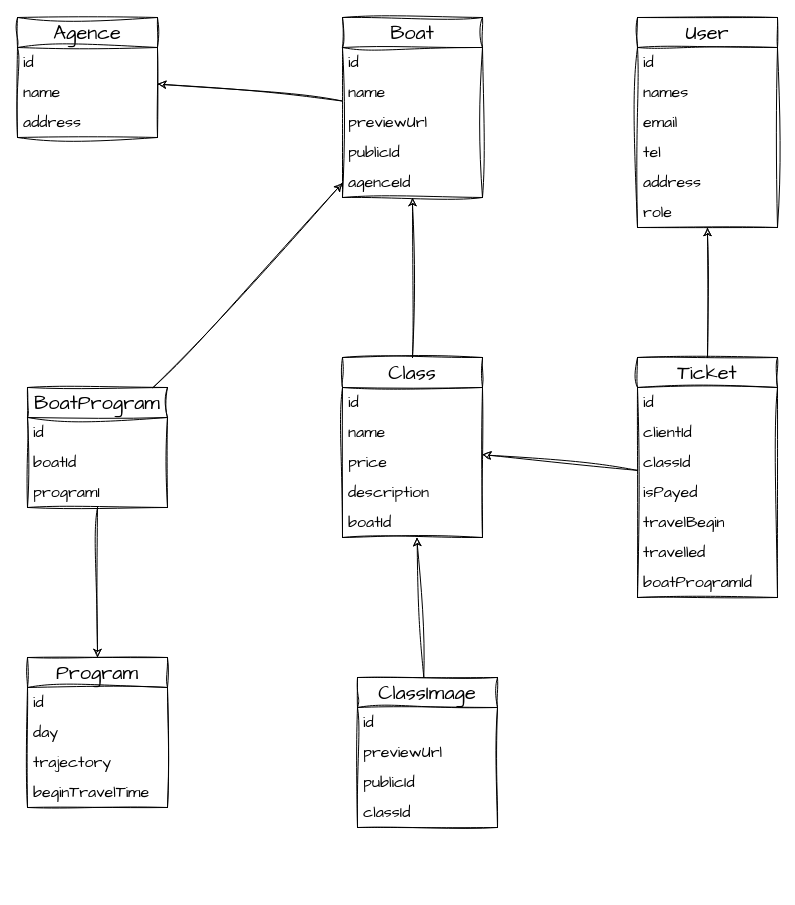
Earlier version of the draw.io diagram model.drawio (Cedric921/travel-boat-api). Source tidied: cells renumbered, new cells numbered last; positions are measured from the earlier drawing's top-left corner, leaving out a move shared by most shapes. Both pictures are drawn from the tidied source at 100%, with x=0, y=0 at pixel (17, 17).
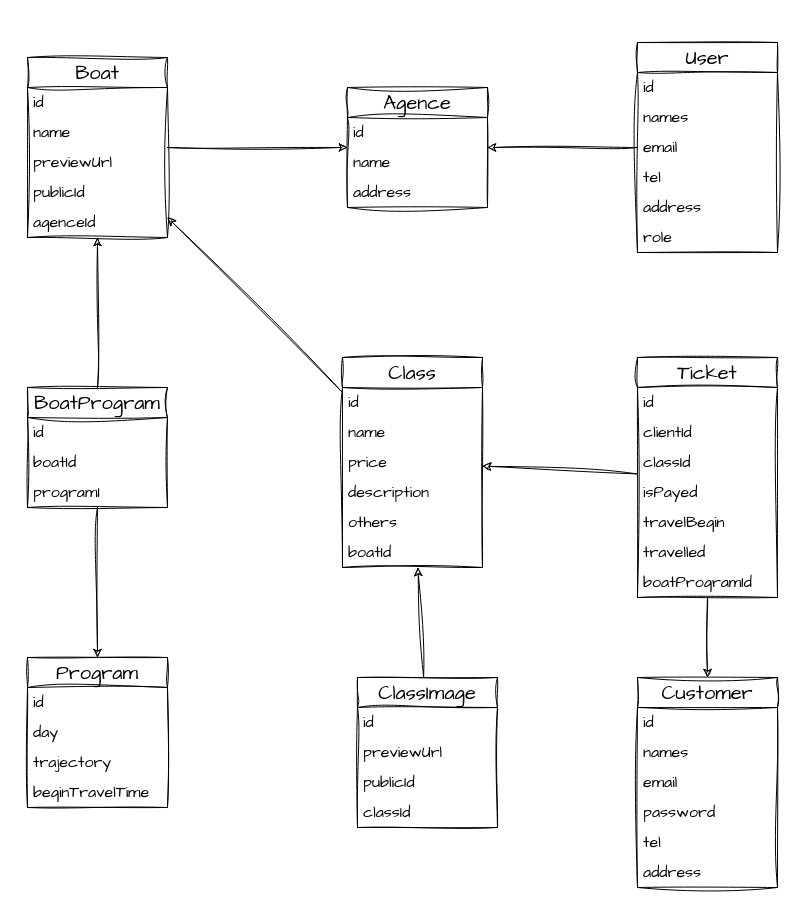
Above is the later version.

Unchanged cells that the change refers to:
```xml
<mxCell id="23" value="Ticket" style="swimlane;fontStyle=0;horizontal=1;startSize=30;whiteSpace=wrap;html=1;sketch=1;hachureGap=4;jiggle=2;curveFitting=1;fontFamily=Architects Daughter;fontSize=20;" parent="1" vertex="1">
  <mxGeometry x="620" y="340" width="140" height="240" as="geometry" />
</mxCell>
```

Change to the diagram source:
```diff
@@
     <mxCell id="2" value="Agence" style="swimlane;fontStyle=0;horizontal=1;startSize=30;whiteSpace=wrap;html=1;sketch=1;hachureGap=4;jiggle=2;curveFitting=1;fontFamily=Architects Daughter;fontSize=20;" parent="1" vertex="1">
-      <mxGeometry width="140" height="120" as="geometry" />
+      <mxGeometry x="330" y="70" width="140" height="120" as="geometry" />
     </mxCell>
@@
     <mxCell id="6" value="Boat" style="swimlane;fontStyle=0;horizontal=1;startSize=30;whiteSpace=wrap;html=1;sketch=1;hachureGap=4;jiggle=2;curveFitting=1;fontFamily=Architects Daughter;fontSize=20;" parent="1" vertex="1">
-      <mxGeometry x="325" width="140" height="180" as="geometry" />
+      <mxGeometry x="10" y="40" width="140" height="180" as="geometry" />
     </mxCell>
@@
     <mxCell id="12" value="Class" style="swimlane;fontStyle=0;horizontal=1;startSize=30;whiteSpace=wrap;html=1;sketch=1;hachureGap=4;jiggle=2;curveFitting=1;fontFamily=Architects Daughter;fontSize=20;" parent="1" vertex="1">
-      <mxGeometry x="325" y="340" width="140" height="180" as="geometry" />
+      <mxGeometry x="325" y="340" width="140" height="210" as="geometry" />
     </mxCell>
@@
+    <mxCell id="54" value="others" style="text;strokeColor=none;fillColor=none;align=left;verticalAlign=middle;spacingLeft=4;spacingRight=4;overflow=hidden;whiteSpace=wrap;html=1;fontSize=16;sketch=1;hachureGap=4;jiggle=2;curveFitting=1;fontFamily=Architects Daughter;" parent="12" vertex="1">
+      <mxGeometry y="150" width="140" height="30" as="geometry" />
+    </mxCell>
     <mxCell id="17" value="boatId" style="text;strokeColor=none;fillColor=none;align=left;verticalAlign=middle;spacingLeft=4;spacingRight=4;overflow=hidden;whiteSpace=wrap;html=1;fontSize=16;sketch=1;hachureGap=4;jiggle=2;curveFitting=1;fontFamily=Architects Daughter;" parent="12" vertex="1">
-      <mxGeometry y="150" width="140" height="30" as="geometry" />
+      <mxGeometry y="180" width="140" height="30" as="geometry" />
     </mxCell>
@@
     <mxCell id="35" value="User" style="swimlane;fontStyle=0;horizontal=1;startSize=30;whiteSpace=wrap;html=1;sketch=1;hachureGap=4;jiggle=2;curveFitting=1;fontFamily=Architects Daughter;fontSize=20;" parent="1" vertex="1">
-      <mxGeometry x="620" width="140" height="210" as="geometry" />
+      <mxGeometry x="620" y="25" width="140" height="210" as="geometry" />
     </mxCell>
@@
-    <mxCell id="46" style="endArrow=classic;html=1;sketch=1;hachureGap=4;jiggle=2;curveFitting=1;fontFamily=Architects Daughter;fontSize=16;" parent="1" edge="1" source="23" target="35">
-      <mxGeometry relative="1" as="geometry" />
-    </mxCell>
@@
+    <mxCell id="55" style="endArrow=classic;html=1;sketch=1;hachureGap=4;jiggle=2;curveFitting=1;fontFamily=Architects Daughter;fontSize=16;" parent="1" edge="1" source="35" target="2">
+      <mxGeometry relative="1" as="geometry" />
+    </mxCell>
+    <mxCell id="56" value="Customer" style="swimlane;fontStyle=0;horizontal=1;startSize=30;whiteSpace=wrap;html=1;sketch=1;hachureGap=4;jiggle=2;curveFitting=1;fontFamily=Architects Daughter;fontSize=20;" parent="1" vertex="1">
+      <mxGeometry x="620" y="660" width="140" height="210" as="geometry" />
+    </mxCell>
+    <mxCell id="57" value="id" style="text;strokeColor=none;fillColor=none;align=left;verticalAlign=middle;spacingLeft=4;spacingRight=4;overflow=hidden;whiteSpace=wrap;html=1;fontSize=16;sketch=1;hachureGap=4;jiggle=2;curveFitting=1;fontFamily=Architects Daughter;" parent="56" vertex="1">
+      <mxGeometry y="30" width="140" height="30" as="geometry" />
+    </mxCell>
+    <mxCell id="58" value="names" style="text;strokeColor=none;fillColor=none;align=left;verticalAlign=middle;spacingLeft=4;spacingRight=4;overflow=hidden;whiteSpace=wrap;html=1;fontSize=16;sketch=1;hachureGap=4;jiggle=2;curveFitting=1;fontFamily=Architects Daughter;" parent="56" vertex="1">
+      <mxGeometry y="60" width="140" height="30" as="geometry" />
+    </mxCell>
+    <mxCell id="59" value="email" style="text;strokeColor=none;fillColor=none;align=left;verticalAlign=middle;spacingLeft=4;spacingRight=4;overflow=hidden;whiteSpace=wrap;html=1;fontSize=16;sketch=1;hachureGap=4;jiggle=2;curveFitting=1;fontFamily=Architects Daughter;" parent="56" vertex="1">
+      <mxGeometry y="90" width="140" height="30" as="geometry" />
+    </mxCell>
+    <mxCell id="60" value="password" style="text;strokeColor=none;fillColor=none;align=left;verticalAlign=middle;spacingLeft=4;spacingRight=4;overflow=hidden;whiteSpace=wrap;html=1;fontSize=16;sketch=1;hachureGap=4;jiggle=2;curveFitting=1;fontFamily=Architects Daughter;" parent="56" vertex="1">
+      <mxGeometry y="120" width="140" height="30" as="geometry" />
+    </mxCell>
+    <mxCell id="61" value="tel" style="text;strokeColor=none;fillColor=none;align=left;verticalAlign=middle;spacingLeft=4;spacingRight=4;overflow=hidden;whiteSpace=wrap;html=1;fontSize=16;sketch=1;hachureGap=4;jiggle=2;curveFitting=1;fontFamily=Architects Daughter;" parent="56" vertex="1">
+      <mxGeometry y="150" width="140" height="30" as="geometry" />
+    </mxCell>
+    <mxCell id="62" value="address" style="text;strokeColor=none;fillColor=none;align=left;verticalAlign=middle;spacingLeft=4;spacingRight=4;overflow=hidden;whiteSpace=wrap;html=1;fontSize=16;sketch=1;hachureGap=4;jiggle=2;curveFitting=1;fontFamily=Architects Daughter;" parent="56" vertex="1">
+      <mxGeometry y="180" width="140" height="30" as="geometry" />
+    </mxCell>
+    <mxCell id="63" style="endArrow=classic;html=1;sketch=1;hachureGap=4;jiggle=2;curveFitting=1;fontFamily=Architects Daughter;fontSize=16;" parent="1" edge="1" source="23" target="56">
+      <mxGeometry relative="1" as="geometry" />
+    </mxCell>
```
